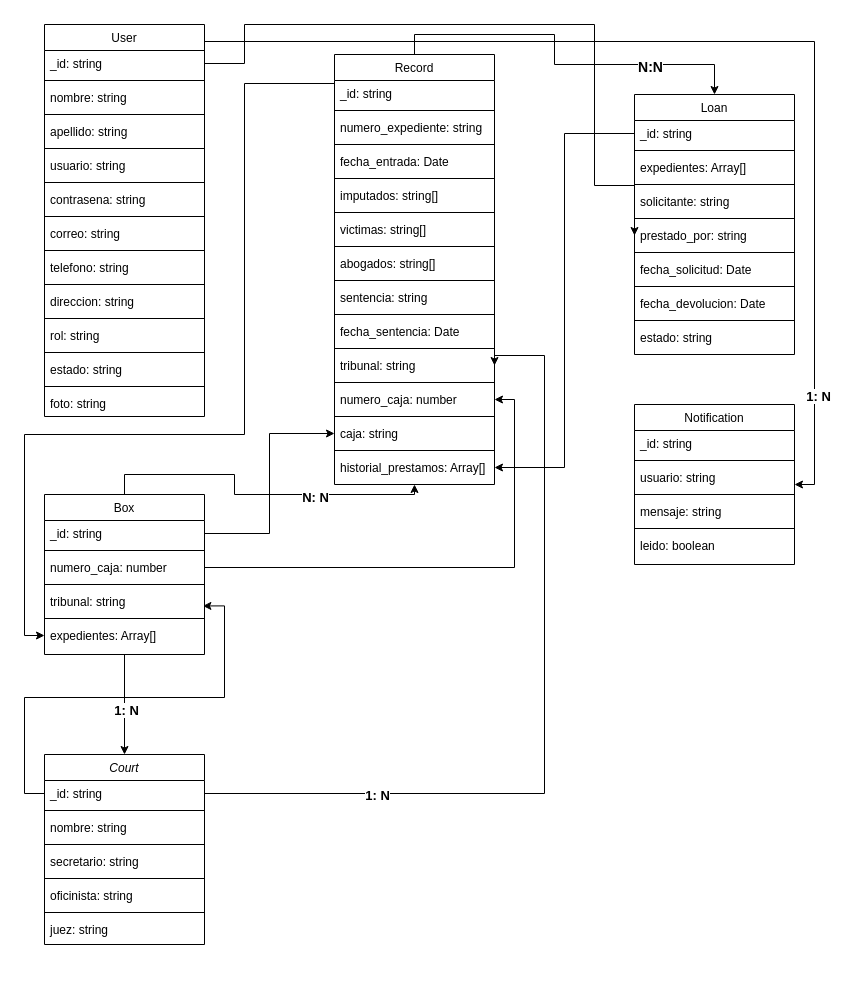
Before: DB Diagram.drawio in ialmontedr0/pacv2-backend, a draw.io diagram. Source tidied: cells renumbered, new cells numbered last; positions are measured from the earlier drawing's top-left corner, leaving out a move shared by most shapes. Both pictures are drawn from the tidied source at 100%, with x=0, y=0 at pixel (24, 24).
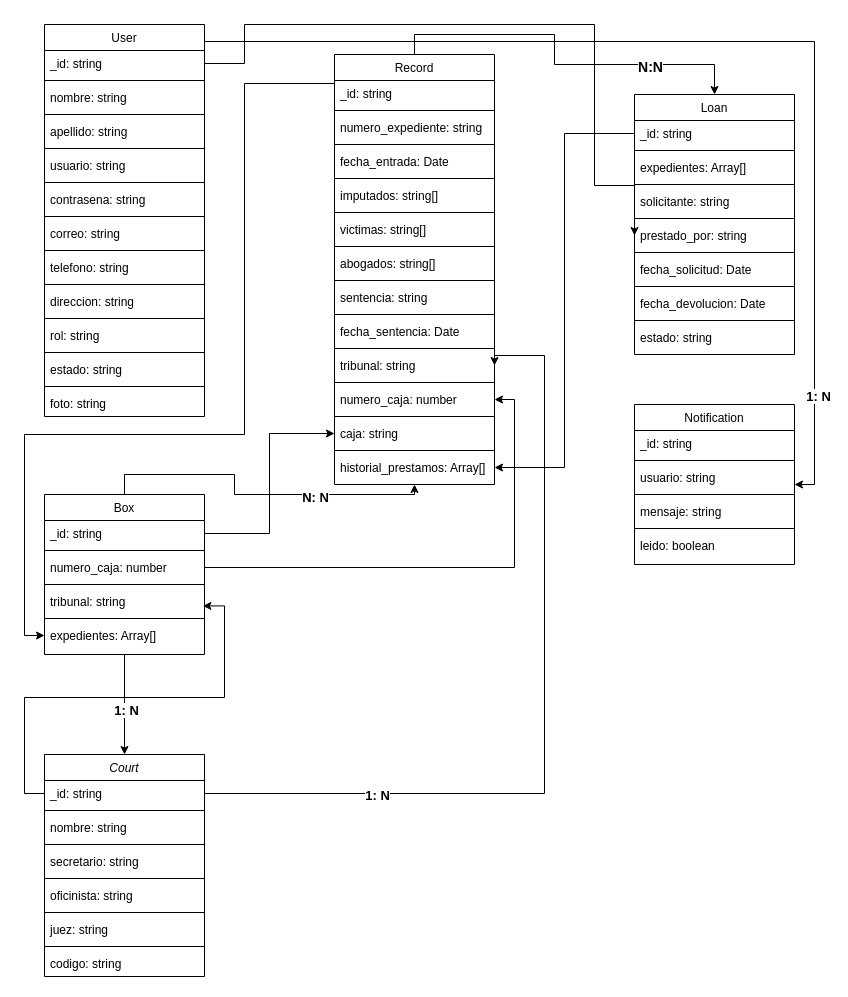
The same page after the edit.

Diff of the diagram source:
```diff
@@
     <mxCell id="2" value="Court" style="swimlane;fontStyle=2;align=center;verticalAlign=top;horizontal=1;startSize=26;rounded=0;shadow=0;strokeWidth=1;" parent="1" vertex="1">
-      <mxGeometry x="20" y="730" width="160" height="190" as="geometry" />
+      <mxGeometry x="20" y="730" width="160" height="222" as="geometry" />
     </mxCell>
@@
+    <mxCell id="104" style="line;html=1;strokeWidth=1;align=left;verticalAlign=middle;spacingTop=-1;spacingLeft=3;spacingRight=3;labelPosition=right;" parent="2" vertex="1">
+      <mxGeometry y="188" width="160" height="8" as="geometry" />
+    </mxCell>
+    <mxCell id="105" value="codigo: string" style="text;align=left;verticalAlign=top;spacingLeft=4;spacingRight=4;overflow=hidden;rounded=0;shadow=0;html=0;" parent="2" vertex="1">
+      <mxGeometry y="196" width="160" height="26" as="geometry" />
+    </mxCell>
```
